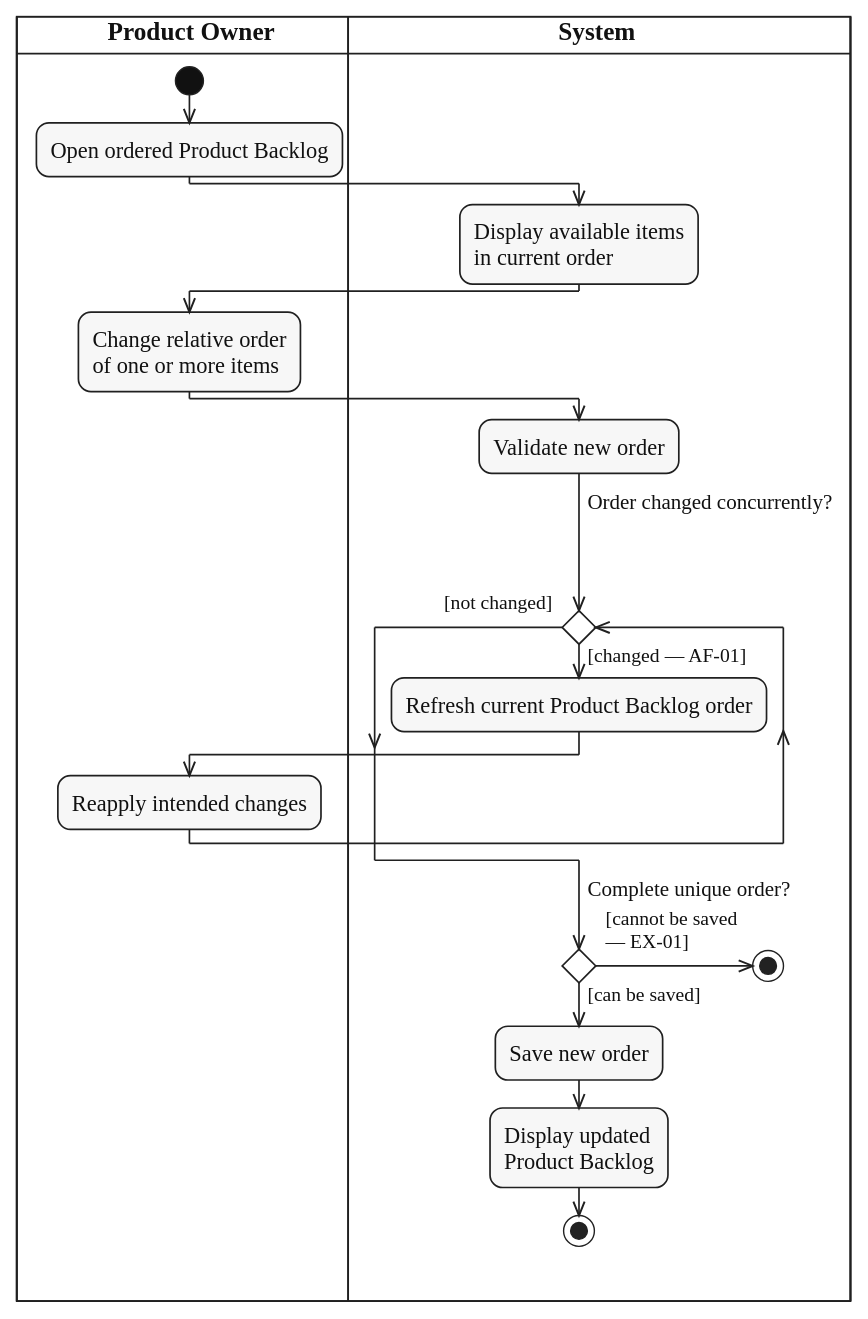
Earlier version of the PlantUML export diagrams/activity/product-backlog/svg/UC-BACKLOG-ORDER.svg (lukenab/swd392-doc-automation). Its source is kept beside it as diagrams/activity/product-backlog/source/UC-BACKLOG-ORDER.puml.
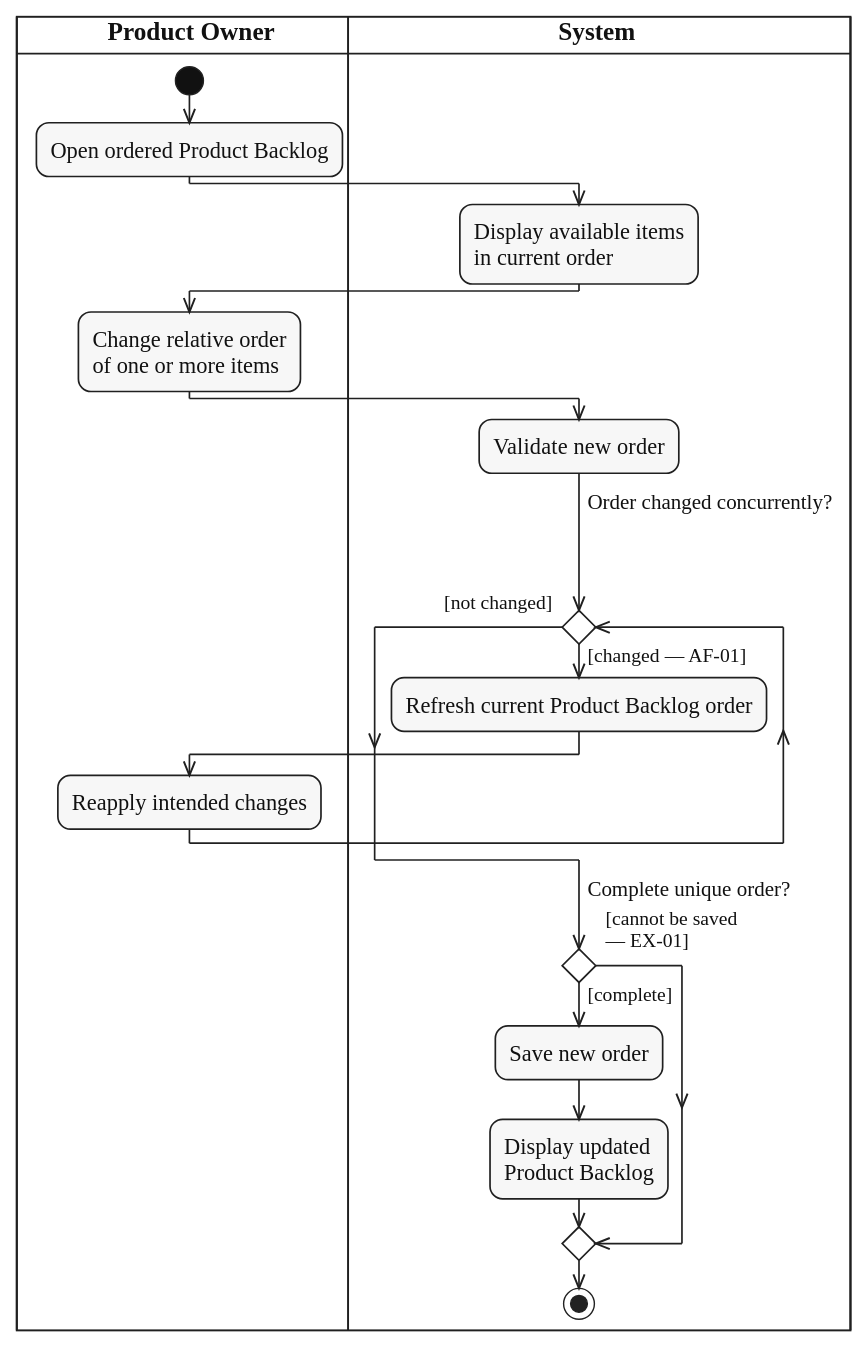
After the change.

Diff of the diagram source:
```diff
@@ -21,13 +21,12 @@
   :Reapply intended changes;
   |SYS|
 endwhile ($guard("[not changed]"))
-if ($question("Complete unique order?")) then ($guard_left("[can be saved]"))
+if ($question("Complete unique order?")) then ($guard_left("[complete]"))
   :Save new order;
   :Display updated
   Product Backlog;
-  stop
 else ($guard_right("[cannot be saved", "— EX-01]"))
-  |SYS|
-  stop
 endif
+|SYS|
+stop
 @enduml
```
